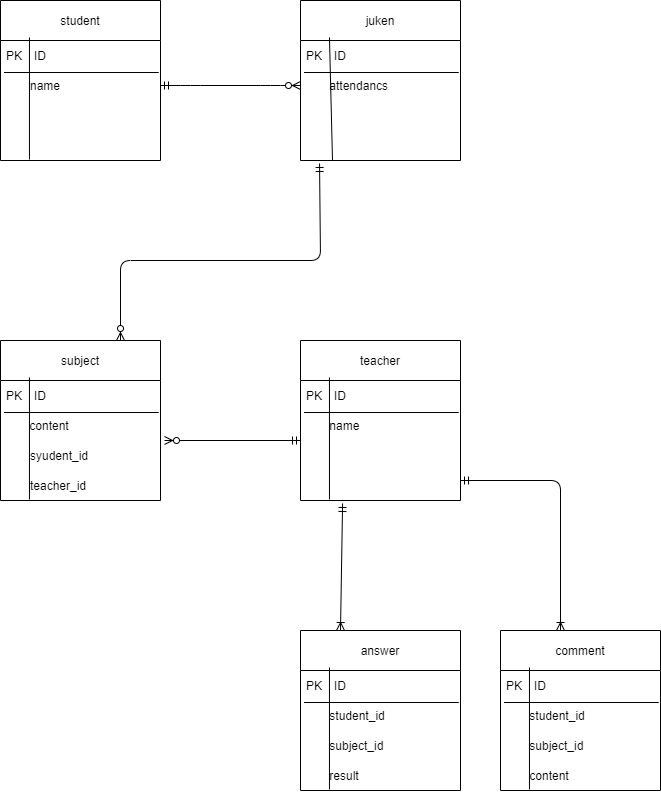
Above: index.drawio.png in azuma2/ER (draw.io), before the change. Source tidied: cells renumbered, new cells last; positions are measured from the earlier drawing's top-left corner, leaving out a move shared by most shapes.
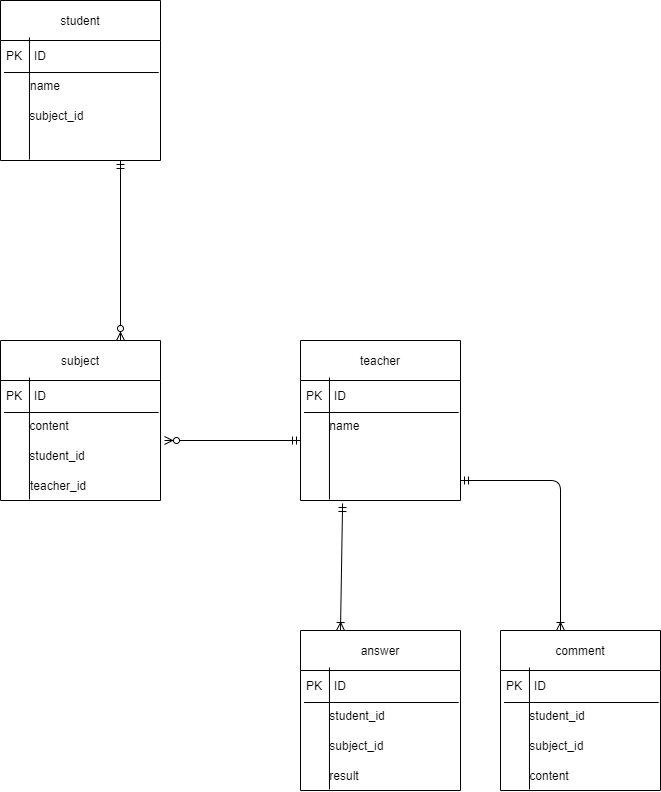
The same file after the commit.

The edit, as a diff of the source:
```diff
@@ -11,7 +11,7 @@
     <mxCell id="4" value="　　name" style="text;strokeColor=none;fillColor=none;align=left;verticalAlign=middle;spacingLeft=4;spacingRight=4;overflow=hidden;points=[[0,0.5],[1,0.5]];portConstraint=eastwest;" parent="2" vertex="1">
       <mxGeometry y="70" width="160" height="30" as="geometry" />
     </mxCell>
-    <mxCell id="5" value=" " style="text;strokeColor=none;fillColor=none;align=left;verticalAlign=middle;spacingLeft=4;spacingRight=4;overflow=hidden;" parent="2" vertex="1">
+    <mxCell id="5" value="       subject_id" style="text;strokeColor=none;fillColor=none;align=left;verticalAlign=middle;spacingLeft=4;spacingRight=4;overflow=hidden;" parent="2" vertex="1">
       <mxGeometry y="100" width="160" height="30" as="geometry" />
     </mxCell>
     <mxCell id="6" value=" " style="text;strokeColor=none;fillColor=none;align=left;verticalAlign=middle;spacingLeft=4;spacingRight=4;overflow=hidden;points=[[0,0.5],[1,0.5]];portConstraint=eastwest;" parent="2" vertex="1">
@@ -32,7 +32,7 @@
     <mxCell id="11" value="       content" style="text;strokeColor=none;fillColor=none;align=left;verticalAlign=middle;spacingLeft=4;spacingRight=4;overflow=hidden;points=[[0,0.5],[1,0.5]];portConstraint=eastwest;" parent="9" vertex="1">
       <mxGeometry y="70" width="160" height="30" as="geometry" />
     </mxCell>
-    <mxCell id="12" value="　　syudent_id" style="text;strokeColor=none;fillColor=none;align=left;verticalAlign=middle;spacingLeft=4;spacingRight=4;overflow=hidden;points=[[0,0.5],[1,0.5]];portConstraint=eastwest;" parent="9" vertex="1">
+    <mxCell id="12" value="       student_id" style="text;strokeColor=none;fillColor=none;align=left;verticalAlign=middle;spacingLeft=4;spacingRight=4;overflow=hidden;points=[[0,0.5],[1,0.5]];portConstraint=eastwest;" parent="9" vertex="1">
       <mxGeometry y="100" width="160" height="30" as="geometry" />
     </mxCell>
     <mxCell id="13" value="　　teacher_id" style="text;strokeColor=none;fillColor=none;align=left;verticalAlign=middle;spacingLeft=4;spacingRight=4;overflow=hidden;points=[[0,0.5],[1,0.5]];portConstraint=eastwest;" parent="9" vertex="1">
@@ -44,27 +44,6 @@
     <mxCell id="15" style="endArrow=none;html=1;entryX=0.181;entryY=-0.1;entryDx=0;entryDy=0;entryPerimeter=0;exitX=0.181;exitY=0.967;exitDx=0;exitDy=0;exitPerimeter=0;" parent="9" edge="1" source="13" target="10">
       <mxGeometry relative="1" as="geometry" />
     </mxCell>
-    <mxCell id="16" value="juken" style="swimlane;fontStyle=0;horizontal=1;startSize=40;" parent="1" vertex="1">
-      <mxGeometry x="300" width="160" height="160" as="geometry" />
-    </mxCell>
-    <mxCell id="17" value="PK　ID" style="text;strokeColor=none;fillColor=none;align=left;verticalAlign=middle;spacingLeft=4;spacingRight=4;overflow=hidden;points=[[0,0.5],[1,0.5]];portConstraint=eastwest;" parent="16" vertex="1">
-      <mxGeometry y="40" width="160" height="30" as="geometry" />
-    </mxCell>
-    <mxCell id="18" value="       attendancs" style="text;strokeColor=none;fillColor=none;align=left;verticalAlign=middle;spacingLeft=4;spacingRight=4;overflow=hidden;points=[[0,0.5],[1,0.5]];portConstraint=eastwest;" parent="16" vertex="1">
-      <mxGeometry y="70" width="160" height="30" as="geometry" />
-    </mxCell>
-    <mxCell id="19" value=" " style="text;strokeColor=none;fillColor=none;align=left;verticalAlign=middle;spacingLeft=4;spacingRight=4;overflow=hidden;" parent="16" vertex="1">
-      <mxGeometry y="100" width="160" height="30" as="geometry" />
-    </mxCell>
-    <mxCell id="20" style="endArrow=none;html=1;exitX=0.022;exitY=0.067;exitDx=0;exitDy=0;exitPerimeter=0;entryX=0.989;entryY=0.067;entryDx=0;entryDy=0;entryPerimeter=0;" parent="16" edge="1" source="18" target="18">
-      <mxGeometry relative="1" as="geometry" />
-    </mxCell>
-    <mxCell id="21" style="endArrow=none;html=1;entryX=0.181;entryY=-0.1;entryDx=0;entryDy=0;entryPerimeter=0;exitX=0.2;exitY=1;exitDx=0;exitDy=0;exitPerimeter=0;" parent="16" edge="1" source="22" target="17">
-      <mxGeometry relative="1" as="geometry" />
-    </mxCell>
-    <mxCell id="22" value="          " style="text;strokeColor=none;fillColor=none;align=left;verticalAlign=middle;spacingLeft=4;spacingRight=4;overflow=hidden;points=[[0,0.5],[1,0.5]];portConstraint=eastwest;" parent="16" vertex="1">
-      <mxGeometry y="130" width="160" height="30" as="geometry" />
-    </mxCell>
     <mxCell id="23" value="teacher" style="swimlane;fontStyle=0;horizontal=1;startSize=40;" parent="1" vertex="1">
       <mxGeometry x="300" y="340" width="160" height="160" as="geometry" />
     </mxCell>
@@ -131,9 +110,6 @@
     <mxCell id="44" style="fontSize=12;html=1;endArrow=ERzeroToMany;startArrow=ERmandOne;entryX=1.025;entryY=0;entryDx=0;entryDy=0;entryPerimeter=0;exitX=0;exitY=0;exitDx=0;exitDy=0;exitPerimeter=0;" parent="1" edge="1" source="26" target="12">
       <mxGeometry relative="1" as="geometry" />
     </mxCell>
-    <mxCell id="45" style="edgeStyle=entityRelationEdgeStyle;fontSize=12;html=1;endArrow=ERzeroToMany;startArrow=ERmandOne;exitX=1;exitY=0.5;exitDx=0;exitDy=0;entryX=0;entryY=0.5;entryDx=0;entryDy=0;" parent="1" edge="1" source="4" target="18">
-      <mxGeometry relative="1" as="geometry" />
-    </mxCell>
     <mxCell id="46" style="fontSize=12;html=1;endArrow=ERoneToMany;startArrow=ERmandOne;exitX=0.263;exitY=1.1;exitDx=0;exitDy=0;exitPerimeter=0;entryX=0.25;entryY=0;entryDx=0;entryDy=0;entryPerimeter=0;" parent="1" edge="1" source="27" target="30">
       <mxGeometry relative="1" as="geometry" />
     </mxCell>
@@ -142,13 +118,8 @@
         <mxPoint x="460" y="480" as="sourcePoint" />
       </mxGeometry>
     </mxCell>
-    <mxCell id="48" style="fontSize=12;html=1;endArrow=ERzeroToMany;startArrow=ERmandOne;edgeStyle=orthogonalEdgeStyle;exitX=0.119;exitY=1.1;exitDx=0;exitDy=0;exitPerimeter=0;entryX=0.75;entryY=0;entryDx=0;entryDy=0;" parent="1" edge="1" source="22" target="9">
-      <mxGeometry relative="1" as="geometry">
-        <Array as="points">
-          <mxPoint x="320" y="260" />
-          <mxPoint x="120" y="260" />
-        </Array>
-      </mxGeometry>
+    <mxCell id="48" style="fontSize=12;html=1;endArrow=ERzeroToMany;startArrow=ERmandOne;exitX=0.75;exitY=1;exitDx=0;exitDy=0;exitPerimeter=0;entryX=0.75;entryY=0;entryDx=0;entryDy=0;" parent="1" edge="1" source="6" target="9">
+      <mxGeometry relative="1" as="geometry" />
     </mxCell>
   </root>
 </mxGraphModel>
```
